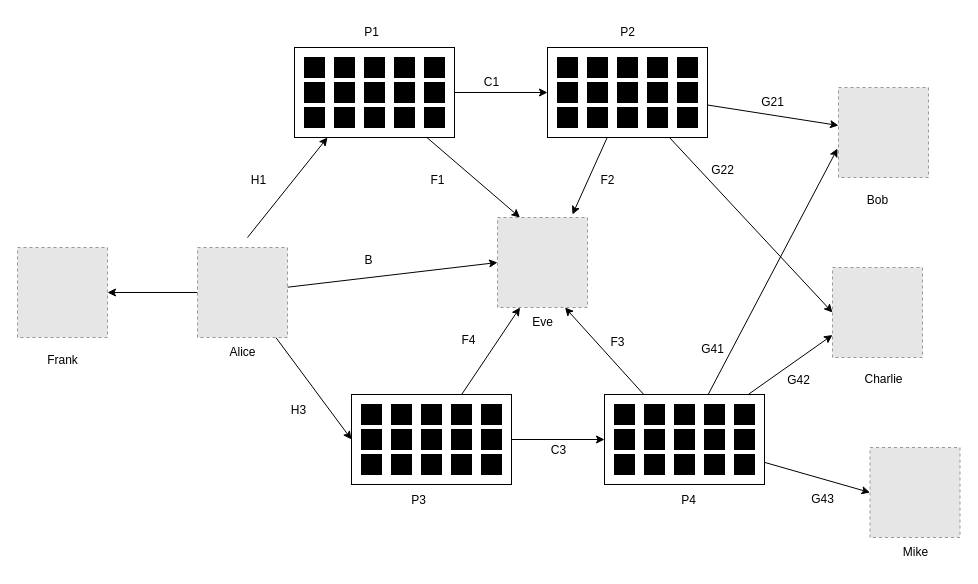
This is paper/imgs/complex-situation.drawio from Marrocco-Simone/pls-ris, a draw.io file, before an edit. Source tidied: cells renumbered, new cells numbered last; positions are measured from the earlier drawing's top-left corner, leaving out a move shared by most shapes. Both pictures are drawn from the tidied source at 100%, with x=0, y=0 at pixel (17, 17). Pictures stored in the file or linked from it are replaced by grey dashed boxes.
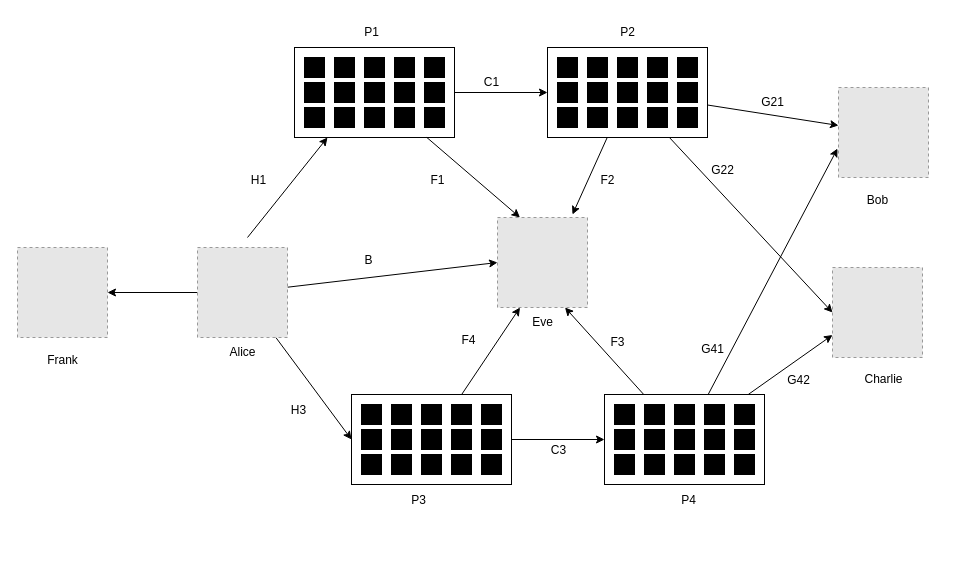
After the change.

Unchanged cells that the change refers to:
```xml
<mxCell id="68" style="rounded=0;whiteSpace=wrap;html=1;" parent="67" vertex="1">
  <mxGeometry width="160" height="90" as="geometry" />
</mxCell>
```

Diff of the diagram source:
```diff
@@
-    <mxCell id="107" style="fillColor=#E6E6E6;strokeColor=#999999;dashed=1;verticalLabelPosition=bottom;labelBackgroundColor=default;verticalAlign=top;" parent="1" vertex="1">
-      <mxGeometry x="852.5" y="430" width="90" height="90" as="geometry" />
-    </mxCell>
-    <mxCell id="108" value="Mike" style="text;html=1;align=center;verticalAlign=middle;strokeColor=none;fillColor=none;" parent="1" vertex="1">
-      <mxGeometry x="872.5" y="520" width="50" height="30" as="geometry" />
-    </mxCell>
-    <mxCell id="109" value="G43" style="text;html=1;align=center;verticalAlign=middle;strokeColor=none;fillColor=none;" parent="1" vertex="1">
-      <mxGeometry x="780" y="467" width="50" height="30" as="geometry" />
-    </mxCell>
-    <mxCell id="110" style="rounded=0;jettySize=auto;html=1;entryX=0;entryY=0.5;entryDx=0;entryDy=0;" parent="1" edge="1" source="68" target="107">
-      <mxGeometry relative="1" as="geometry" />
-    </mxCell>
```
